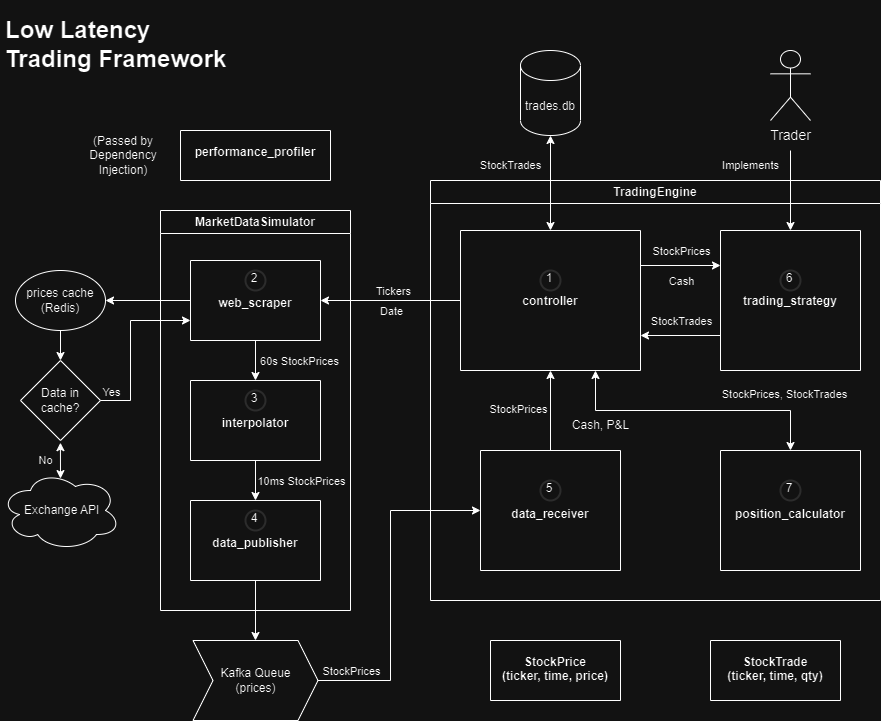
Erik-Kelemen/Low-Latency-Trading-Framework keeps this draw.io diagram as imgs/LLFT-Architecture.drawio.png. Above is the earlier version. Source tidied: cells renumbered, new cells last; positions are measured from the earlier drawing's top-left corner, leaving out a move shared by most shapes.
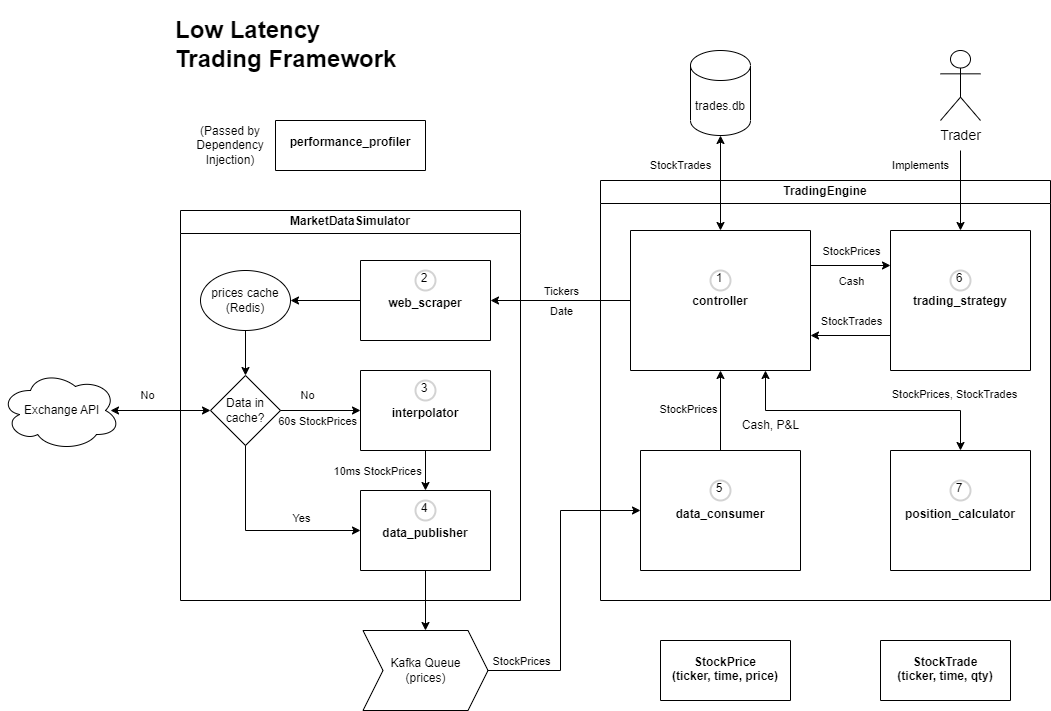
The same diagram one commit later.

What changed in the source:
```diff
@@ -17,11 +17,11 @@
     <mxCell id="6" value="1" style="ellipse;whiteSpace=wrap;html=1;strokeWidth=2;spacingBottom=4;spacingRight=2;strokeColor=#d3d3d3;fillOpacity=0;" parent="5" vertex="1">
       <mxGeometry x="80" y="40" width="20" height="20" as="geometry" />
     </mxCell>
-    <mxCell id="7" value="&#10;&#10;&#10;&#10;&#10;&#10;&#10;&#10;&#10;data_receiver" style="swimlane;startSize=0;labelBackgroundColor=none;" parent="2" vertex="1">
-      <mxGeometry x="50" y="270" width="140" height="120" as="geometry" />
+    <mxCell id="7" value="&#10;&#10;&#10;&#10;&#10;&#10;&#10;&#10;&#10;data_consumer" style="swimlane;startSize=0;labelBackgroundColor=none;" parent="2" vertex="1">
+      <mxGeometry x="40" y="270" width="160" height="120" as="geometry" />
     </mxCell>
     <mxCell id="8" value="5" style="ellipse;whiteSpace=wrap;html=1;strokeWidth=2;spacingBottom=4;spacingRight=2;strokeColor=#d3d3d3;fillOpacity=0;" parent="7" vertex="1">
-      <mxGeometry x="60" y="30" width="20" height="20" as="geometry" />
+      <mxGeometry x="70" y="30" width="20" height="20" as="geometry" />
     </mxCell>
     <mxCell id="9" value="&#10;&#10;&#10;&#10;&#10;&#10;&#10;&#10;&#10;position_calculator" style="swimlane;startSize=0;labelBackgroundColor=none;" parent="2" vertex="1">
       <mxGeometry x="290" y="270" width="140" height="120" as="geometry" />
@@ -75,42 +75,67 @@
       </mxGeometry>
     </mxCell>
     <mxCell id="21" value="MarketDataSimulator" style="swimlane;whiteSpace=wrap;html=1;labelBackgroundColor=none;fillOpacity=0;" parent="1" vertex="1">
-      <mxGeometry x="160" y="200" width="190" height="400" as="geometry" />
+      <mxGeometry x="10" y="200" width="340" height="390" as="geometry" />
     </mxCell>
     <mxCell id="22" value="&#10;&#10;&#10;&#10;&#10;&#10;interpolator" style="swimlane;startSize=0;labelBackgroundColor=none;" parent="21" vertex="1">
-      <mxGeometry x="30" y="170" width="130" height="80" as="geometry" />
+      <mxGeometry x="180" y="160" width="130" height="80" as="geometry" />
     </mxCell>
     <mxCell id="23" value="3" style="ellipse;whiteSpace=wrap;html=1;strokeWidth=2;spacingBottom=4;spacingRight=2;strokeColor=#d3d3d3;fillOpacity=0;" parent="22" vertex="1">
       <mxGeometry x="55" y="10" width="20" height="20" as="geometry" />
     </mxCell>
     <mxCell id="24" value="&#10;&#10;&#10;&#10;&#10;&#10;data_publisher" style="swimlane;startSize=0;labelBackgroundColor=none;" parent="21" vertex="1">
-      <mxGeometry x="30" y="290" width="130" height="80" as="geometry" />
+      <mxGeometry x="180" y="280" width="130" height="80" as="geometry" />
     </mxCell>
     <mxCell id="25" value="4" style="ellipse;whiteSpace=wrap;html=1;strokeWidth=2;spacingBottom=4;spacingRight=2;strokeColor=#d3d3d3;fillOpacity=0;" parent="24" vertex="1">
       <mxGeometry x="55" y="10" width="20" height="20" as="geometry" />
     </mxCell>
     <mxCell id="26" value="&#10;&#10;&#10;&#10;&#10;&#10;web_scraper" style="swimlane;startSize=0;labelBackgroundColor=none;" parent="21" vertex="1">
-      <mxGeometry x="30" y="50" width="130" height="80" as="geometry" />
+      <mxGeometry x="180" y="50" width="130" height="80" as="geometry" />
     </mxCell>
     <mxCell id="27" value="2" style="ellipse;whiteSpace=wrap;html=1;strokeWidth=2;spacingBottom=4;spacingRight=2;strokeColor=#d3d3d3;fillOpacity=0;" parent="26" vertex="1">
       <mxGeometry x="55" y="10" width="20" height="20" as="geometry" />
     </mxCell>
-    <mxCell id="28" style="endArrow=classic;html=1;rounded=0;exitX=0.5;exitY=1;exitDx=0;exitDy=0;entryX=0.5;entryY=0;entryDx=0;entryDy=0;labelBackgroundColor=none;" parent="21" edge="1" source="26" target="22">
-      <mxGeometry relative="1" as="geometry" />
-    </mxCell>
+    <mxCell id="31" value="&amp;nbsp; &amp;nbsp; 10ms StockPrices" style="edgeLabel;html=1;align=center;verticalAlign=middle;labelBackgroundColor=none;" parent="21" vertex="1">
+      <mxGeometry x="190" y="260" as="geometry" />
+    </mxCell>
+    <mxCell id="40" value="prices cache&#10;(Redis)" style="ellipse;whiteSpace=wrap;html=1;labelBackgroundColor=none;strokeColor=default;shadow=0;fillOpacity=0;" parent="21" vertex="1">
+      <mxGeometry x="20" y="60" width="90" height="60" as="geometry" />
+    </mxCell>
+    <mxCell id="39" style="endArrow=classic;html=1;rounded=0;exitX=0;exitY=0.5;exitDx=0;exitDy=0;entryX=1;entryY=0.5;entryDx=0;entryDy=0;" parent="21" edge="1" source="26" target="40">
+      <mxGeometry relative="1" as="geometry" />
+    </mxCell>
+    <mxCell id="41" value="Data in cache?" style="rhombus;whiteSpace=wrap;html=1;labelBackgroundColor=none;fillOpacity=0;" parent="21" vertex="1">
+      <mxGeometry x="30" y="165" width="70" height="70" as="geometry" />
+    </mxCell>
+    <mxCell id="47" style="endArrow=classic;html=1;rounded=0;exitX=0.5;exitY=1;exitDx=0;exitDy=0;entryX=0.5;entryY=0;entryDx=0;entryDy=0;labelBackgroundColor=none;" parent="21" edge="1" source="40" target="41">
+      <mxGeometry relative="1" as="geometry" />
+    </mxCell>
+    <mxCell id="42" style="endArrow=classic;html=1;rounded=0;exitX=0.5;exitY=1;exitDx=0;exitDy=0;labelBackgroundColor=none;entryX=0;entryY=0.5;entryDx=0;entryDy=0;" parent="21" edge="1" source="41" target="24">
+      <mxGeometry relative="1" as="geometry">
+        <Array as="points">
+          <mxPoint x="65" y="320" />
+        </Array>
+      </mxGeometry>
+    </mxCell>
+    <mxCell id="43" value="Yes" style="edgeLabel;html=1;align=center;verticalAlign=middle;labelBackgroundColor=none;" parent="42" vertex="1">
+      <mxGeometry x="-0.47" y="1" relative="1" as="geometry">
+        <mxPoint x="54" y="19" as="offset" />
+      </mxGeometry>
+    </mxCell>
+    <mxCell id="59" style="endArrow=classic;html=1;rounded=0;exitX=1;exitY=0.5;exitDx=0;exitDy=0;entryX=0;entryY=0.5;entryDx=0;entryDy=0;" parent="21" edge="1" source="41" target="22">
+      <mxGeometry relative="1" as="geometry" />
+    </mxCell>
+    <mxCell id="30" style="endArrow=classic;html=1;rounded=0;exitX=0.5;exitY=1;exitDx=0;exitDy=0;entryX=0.5;entryY=0;entryDx=0;entryDy=0;" parent="21" edge="1" source="22" target="24">
+      <mxGeometry relative="1" as="geometry" />
+    </mxCell>
+    <mxCell id="60" value="No" style="edgeLabel;html=1;align=center;verticalAlign=middle;labelBackgroundColor=none;" parent="21" vertex="1">
+      <mxGeometry x="170" y="250" as="geometry">
+        <mxPoint x="-44" y="-66" as="offset" />
+      </mxGeometry>
+    </mxCell>
-    <mxCell id="29" value="60s StockPrices" style="edgeLabel;html=1;align=center;verticalAlign=middle;labelBackgroundColor=none;" parent="28" vertex="1">
-      <mxGeometry x="-0.09" relative="1" as="geometry">
-        <mxPoint x="43" y="2" as="offset" />
-      </mxGeometry>
+    <mxCell id="29" value="&amp;nbsp; &amp;nbsp; 60s StockPrices" style="edgeLabel;html=1;align=center;verticalAlign=middle;labelBackgroundColor=none;" parent="21" vertex="1">
+      <mxGeometry x="130" y="210" as="geometry" />
     </mxCell>
-    <mxCell id="30" style="endArrow=classic;html=1;rounded=0;exitX=0.5;exitY=1;exitDx=0;exitDy=0;entryX=0.5;entryY=0;entryDx=0;entryDy=0;labelBackgroundColor=none;" parent="21" edge="1" source="22" target="24">
-      <mxGeometry relative="1" as="geometry" />
-    </mxCell>
-    <mxCell id="31" value="10ms StockPrices" style="edgeLabel;html=1;align=center;verticalAlign=middle;labelBackgroundColor=none;" parent="30" vertex="1">
-      <mxGeometry x="-0.04" y="-1" relative="1" as="geometry">
-        <mxPoint x="46" y="1" as="offset" />
-      </mxGeometry>
-    </mxCell>
     <mxCell id="32" style="endArrow=classic;html=1;rounded=0;entryX=0.5;entryY=0;entryDx=0;entryDy=0;labelBackgroundColor=none;" parent="1" edge="1" target="3">
       <mxGeometry relative="1" as="geometry">
         <mxPoint x="790" y="140" as="sourcePoint" />
@@ -120,10 +145,10 @@
       <mxGeometry x="770" y="40" width="40" height="70" as="geometry" />
     </mxCell>
     <mxCell id="34" value="&amp;nbsp;Exchange API" style="ellipse;shape=cloud;whiteSpace=wrap;html=1;labelBackgroundColor=none;fillOpacity=0;" parent="1" vertex="1">
-      <mxGeometry y="460" width="120" height="80" as="geometry" />
+      <mxGeometry x="-170" y="360" width="120" height="80" as="geometry" />
     </mxCell>
     <mxCell id="35" value="Kafka Queue&#10;(prices)" style="shape=step;perimeter=stepPerimeter;whiteSpace=wrap;html=1;fixedSize=1;labelBackgroundColor=none;fillOpacity=0;" parent="1" vertex="1">
-      <mxGeometry x="192.5" y="630" width="125" height="80" as="geometry" />
+      <mxGeometry x="192.5" y="620" width="125" height="80" as="geometry" />
     </mxCell>
     <mxCell id="36" style="endArrow=classic;html=1;rounded=0;exitX=0.5;exitY=1;exitDx=0;exitDy=0;entryX=0.5;entryY=0;entryDx=0;entryDy=0;labelBackgroundColor=none;" parent="1" edge="1" source="24" target="35">
       <mxGeometry relative="1" as="geometry" />
@@ -131,7 +156,7 @@
     <mxCell id="37" style="endArrow=classic;html=1;rounded=0;exitX=1;exitY=0.5;exitDx=0;exitDy=0;entryX=0;entryY=0.5;entryDx=0;entryDy=0;labelBackgroundColor=none;" parent="1" edge="1" source="35" target="7">
       <mxGeometry relative="1" as="geometry">
         <Array as="points">
-          <mxPoint x="390" y="670" />
+          <mxPoint x="390" y="660" />
           <mxPoint x="390" y="500" />
         </Array>
       </mxGeometry>
@@ -139,50 +164,27 @@
     <mxCell id="38" style="endArrow=classic;startArrow=classic;html=1;rounded=0;exitX=0.5;exitY=0;exitDx=0;exitDy=0;entryX=0.5;entryY=1;entryDx=0;entryDy=0;entryPerimeter=0;labelBackgroundColor=none;" parent="1" edge="1" source="5" target="44">
       <mxGeometry relative="1" as="geometry" />
     </mxCell>
-    <mxCell id="39" style="endArrow=classic;html=1;rounded=0;entryX=1;entryY=0.5;entryDx=0;entryDy=0;exitX=0;exitY=0.5;exitDx=0;exitDy=0;labelBackgroundColor=none;" parent="1" edge="1" source="26" target="40">
-      <mxGeometry relative="1" as="geometry" />
-    </mxCell>
-    <mxCell id="40" value="prices cache&#10;(Redis)" style="ellipse;whiteSpace=wrap;html=1;labelBackgroundColor=none;strokeColor=default;shadow=0;fillOpacity=0;" parent="1" vertex="1">
-      <mxGeometry x="15" y="260" width="90" height="60" as="geometry" />
-    </mxCell>
-    <mxCell id="41" value="Data in cache?" style="rhombus;whiteSpace=wrap;html=1;labelBackgroundColor=none;fillOpacity=0;" parent="1" vertex="1">
-      <mxGeometry x="20" y="350" width="80" height="80" as="geometry" />
-    </mxCell>
-    <mxCell id="42" style="endArrow=classic;html=1;rounded=0;exitX=1;exitY=0.5;exitDx=0;exitDy=0;entryX=0;entryY=0.75;entryDx=0;entryDy=0;labelBackgroundColor=none;" parent="1" edge="1" source="41" target="26">
-      <mxGeometry relative="1" as="geometry">
-        <Array as="points">
-          <mxPoint x="130" y="390" />
-          <mxPoint x="130" y="310" />
-        </Array>
-      </mxGeometry>
-    </mxCell>
-    <mxCell id="43" value="Yes" style="edgeLabel;html=1;align=center;verticalAlign=middle;labelBackgroundColor=none;" parent="42" vertex="1">
-      <mxGeometry x="-0.47" y="1" relative="1" as="geometry">
-        <mxPoint x="-19" y="6" as="offset" />
-      </mxGeometry>
-    </mxCell>
     <mxCell id="44" value="trades.db" style="shape=cylinder3;boundedLbl=1;backgroundOutline=1;size=15;labelBackgroundColor=none;fillOpacity=0;" parent="1" vertex="1">
       <mxGeometry x="520" y="40" width="60" height="85" as="geometry" />
     </mxCell>
-    <mxCell id="45" style="endArrow=classic;html=1;rounded=0;exitX=0;exitY=0.5;exitDx=0;exitDy=0;entryX=1;entryY=0.5;entryDx=0;entryDy=0;labelBackgroundColor=none;" parent="1" edge="1" source="5" target="26">
-      <mxGeometry relative="1" as="geometry" />
+    <mxCell id="45" style="endArrow=classic;html=1;rounded=0;entryX=1;entryY=0.5;entryDx=0;entryDy=0;labelBackgroundColor=none;" parent="1" edge="1" target="26">
+      <mxGeometry relative="1" as="geometry">
+        <mxPoint x="460" y="290" as="sourcePoint" />
+      </mxGeometry>
     </mxCell>
     <mxCell id="46" value="Tickers" style="edgeLabel;html=1;align=center;verticalAlign=middle;labelBackgroundColor=none;" parent="45" vertex="1">
       <mxGeometry x="0.25" y="-1" relative="1" as="geometry">
-        <mxPoint x="19" y="-9" as="offset" />
+        <mxPoint x="17" y="-9" as="offset" />
       </mxGeometry>
     </mxCell>
-    <mxCell id="47" style="endArrow=classic;html=1;rounded=0;exitX=0.5;exitY=1;exitDx=0;exitDy=0;entryX=0.5;entryY=0;entryDx=0;entryDy=0;labelBackgroundColor=none;" parent="1" edge="1" source="40" target="41">
-      <mxGeometry relative="1" as="geometry" />
-    </mxCell>
     <mxCell id="48" value="&#10;&#10;&#10;performance_profiler" style="swimlane;startSize=0;labelBackgroundColor=none;" parent="1" vertex="1">
-      <mxGeometry x="180" y="120" width="150" height="50" as="geometry" />
+      <mxGeometry x="105" y="110" width="150" height="50" as="geometry" />
     </mxCell>
     <mxCell id="49" value="&lt;h1&gt;Low Latency Trading Framework&lt;/h1&gt;" style="text;html=1;strokeColor=none;fillColor=none;spacing=5;spacingTop=-20;whiteSpace=wrap;overflow=hidden;rounded=0;labelBackgroundColor=none;" parent="1" vertex="1">
       <mxGeometry width="232.5" height="80" as="geometry" />
     </mxCell>
     <mxCell id="50" value="(Passed by Dependency Injection)" style="text;html=1;strokeColor=none;fillColor=none;align=center;verticalAlign=middle;whiteSpace=wrap;rounded=0;labelBackgroundColor=none;" parent="1" vertex="1">
-      <mxGeometry x="92.5" y="130" width="60" height="30" as="geometry" />
+      <mxGeometry x="30" y="120" width="60" height="30" as="geometry" />
     </mxCell>
     <mxCell id="51" value="&#10;&#10;&#10;&#10;StockPrice &#10;(ticker, time, price)" style="swimlane;startSize=0;labelBackgroundColor=none;" parent="1" vertex="1">
       <mxGeometry x="490" y="630" width="130" height="60" as="geometry" />
@@ -200,16 +202,18 @@
       <mxGeometry x="710" y="140" width="80" height="30" as="geometry" />
     </mxCell>
     <mxCell id="56" value="StockPrices" style="edgeLabel;html=1;align=center;verticalAlign=middle;labelBackgroundColor=none;" parent="1" vertex="1">
-      <mxGeometry x="390" y="690" as="geometry">
+      <mxGeometry x="390" y="680" as="geometry">
         <mxPoint x="-40" y="-30" as="offset" />
       </mxGeometry>
     </mxCell>
-    <mxCell id="57" style="endArrow=classic;startArrow=classic;html=1;rounded=0;exitX=0.499;exitY=1.027;exitDx=0;exitDy=0;exitPerimeter=0;entryX=0.5;entryY=0.101;entryDx=0;entryDy=0;entryPerimeter=0;" parent="1" edge="1" source="41" target="34">
-      <mxGeometry relative="1" as="geometry" />
-    </mxCell>
+    <mxCell id="61" style="endArrow=classic;startArrow=classic;html=1;rounded=0;entryX=0;entryY=0.5;entryDx=0;entryDy=0;" parent="1" edge="1" target="41">
+      <mxGeometry relative="1" as="geometry">
+        <mxPoint x="-60" y="400" as="sourcePoint" />
+      </mxGeometry>
+    </mxCell>
     <mxCell id="58" value="No" style="edgeLabel;html=1;align=center;verticalAlign=middle;labelBackgroundColor=none;" parent="1" vertex="1">
-      <mxGeometry x="50" y="440" as="geometry">
-        <mxPoint x="-6" y="9" as="offset" />
+      <mxGeometry x="20" y="450" as="geometry">
+        <mxPoint x="-44" y="-66" as="offset" />
       </mxGeometry>
     </mxCell>
   </root>
```
